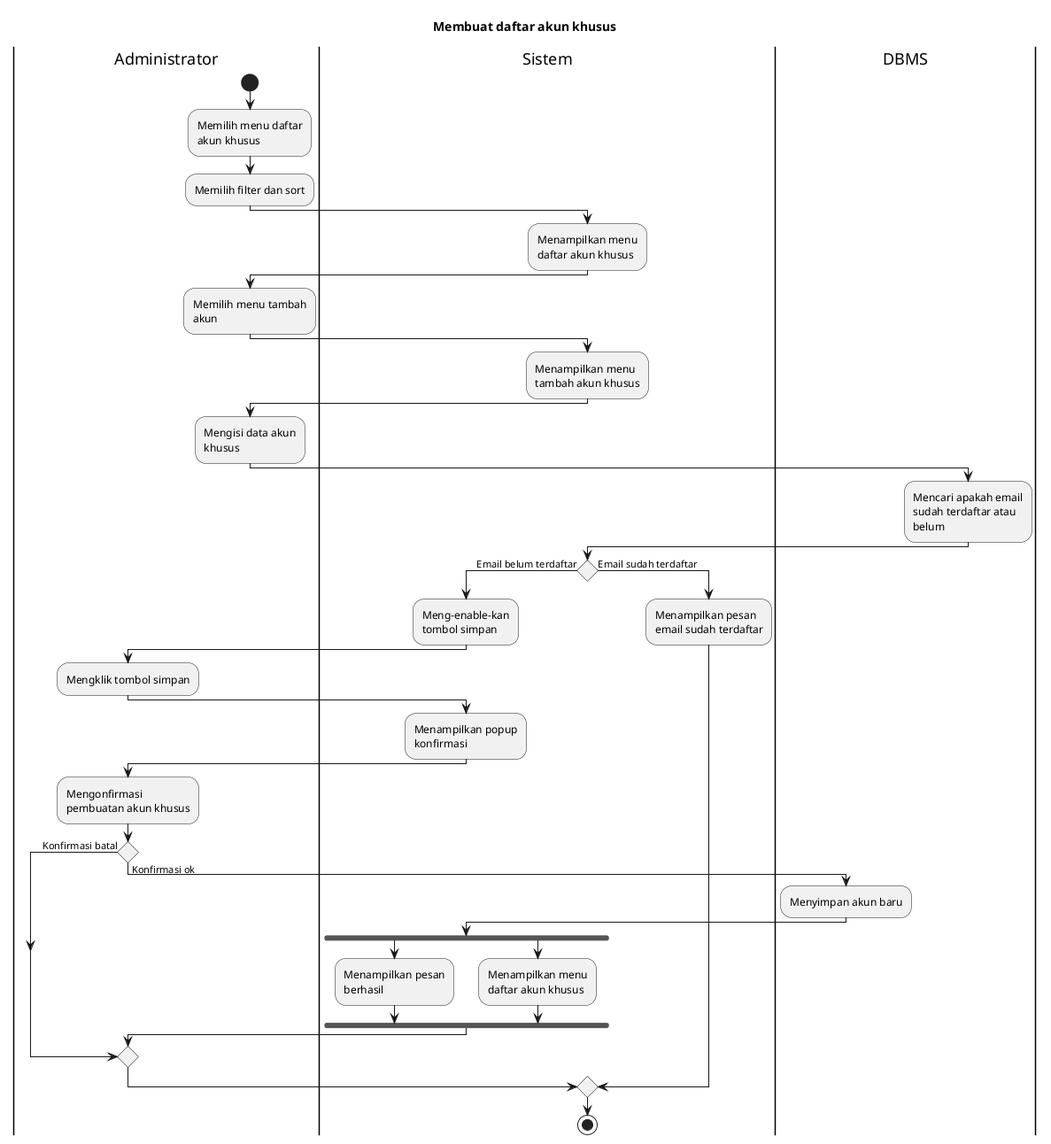
Before: export/Activity Diagrams/UC-MGUSER - Manajemen Pengguna/UC-MGUSER-010 - Membuat daftar akun khusus.png, a diagram exported from PlantUML (bagusNA/appl-diagrams).
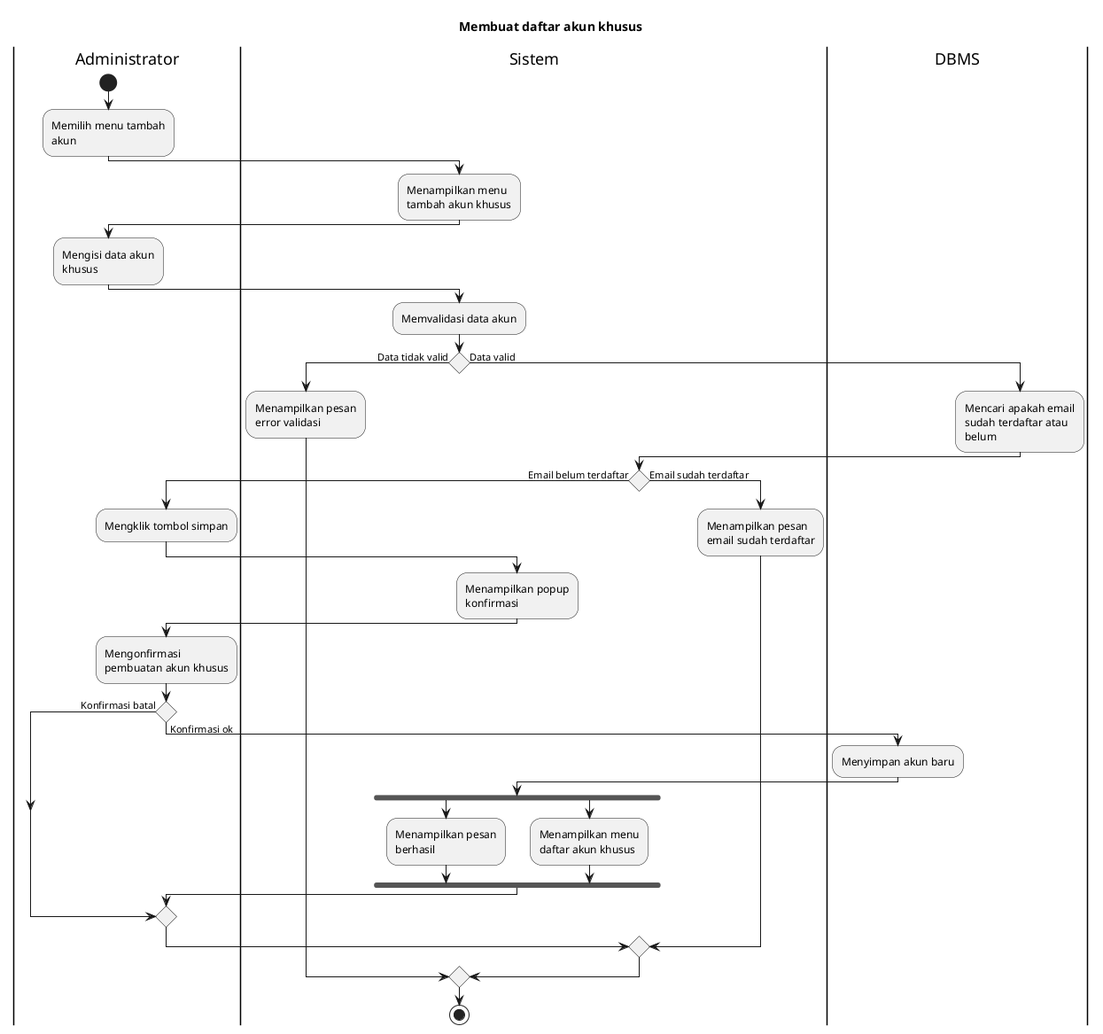
After the change.

The edit, as a diff of the source:
```diff
@@ -5,13 +5,6 @@
 
 |Administrator|
 start
-:Memilih menu daftar akun khusus;
-:Memilih filter dan sort;
-
-|Sistem|
-:Menampilkan menu daftar akun khusus;
-
-|Administrator|
 :Memilih menu tambah akun;
 
 |Sistem|
@@ -20,37 +13,41 @@
 |Administrator|
 :Mengisi data akun khusus;
 
-|DBMS|
-:Mencari apakah email sudah terdaftar atau belum;
+|Sistem|
+:Memvalidasi data akun;
 
-|Sistem|
-if () then (Email belum terdaftar)
-  |Sistem|
-  :Meng-enable-kan tombol simpan;
-
-  |Administrator|
-  :Mengklik tombol simpan;
+if () then (Data tidak valid)
+  :Menampilkan pesan error validasi;
+else (Data valid)
+  |DBMS|
+  :Mencari apakah email sudah terdaftar atau belum;
 
   |Sistem|
-  :Menampilkan popup konfirmasi;
-
-  |Administrator|
-  :Mengonfirmasi pembuatan akun khusus;
-
-  if () then (Konfirmasi batal)
-  else (Konfirmasi ok)
-    |DBMS|
-    :Menyimpan akun baru;
+  if () then (Email belum terdaftar)
+    |Administrator|
+    :Mengklik tombol simpan;
 
     |Sistem|
-    fork
-      :Menampilkan pesan berhasil;
-    fork again
-      :Menampilkan menu daftar akun khusus;
-    endfork
+    :Menampilkan popup konfirmasi;
+
+    |Administrator|
+    :Mengonfirmasi pembuatan akun khusus;
+
+    if () then (Konfirmasi batal)
+    else (Konfirmasi ok)
+      |DBMS|
+      :Menyimpan akun baru;
+
+      |Sistem|
+      fork
+        :Menampilkan pesan berhasil;
+      fork again
+        :Menampilkan menu daftar akun khusus;
+      endfork
+    endif
+  else (Email sudah terdaftar)
+    :Menampilkan pesan email sudah terdaftar;
   endif
-else (Email sudah terdaftar)
-  :Menampilkan pesan email sudah terdaftar;
 endif
 
 stop
```
